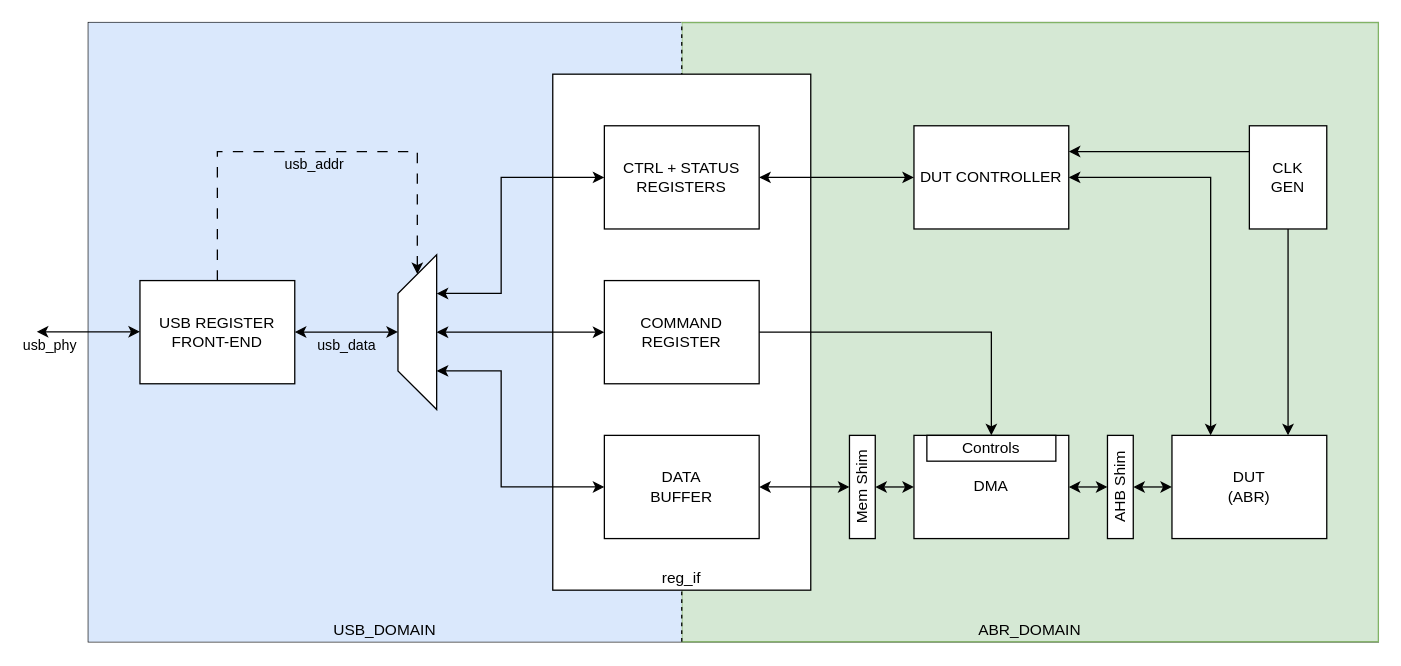
T-Szymk/abr-sim_fpga keeps this draw.io diagram as fpga/docs/abr_fpga.drawio. Above is the earlier version. Source tidied: cells renumbered, new cells numbered last; positions are measured from the earlier drawing's top-left corner, leaving out a move shared by most shapes. Both pictures are drawn from the tidied source at 129%, with x=0, y=0 at pixel (36, 22).
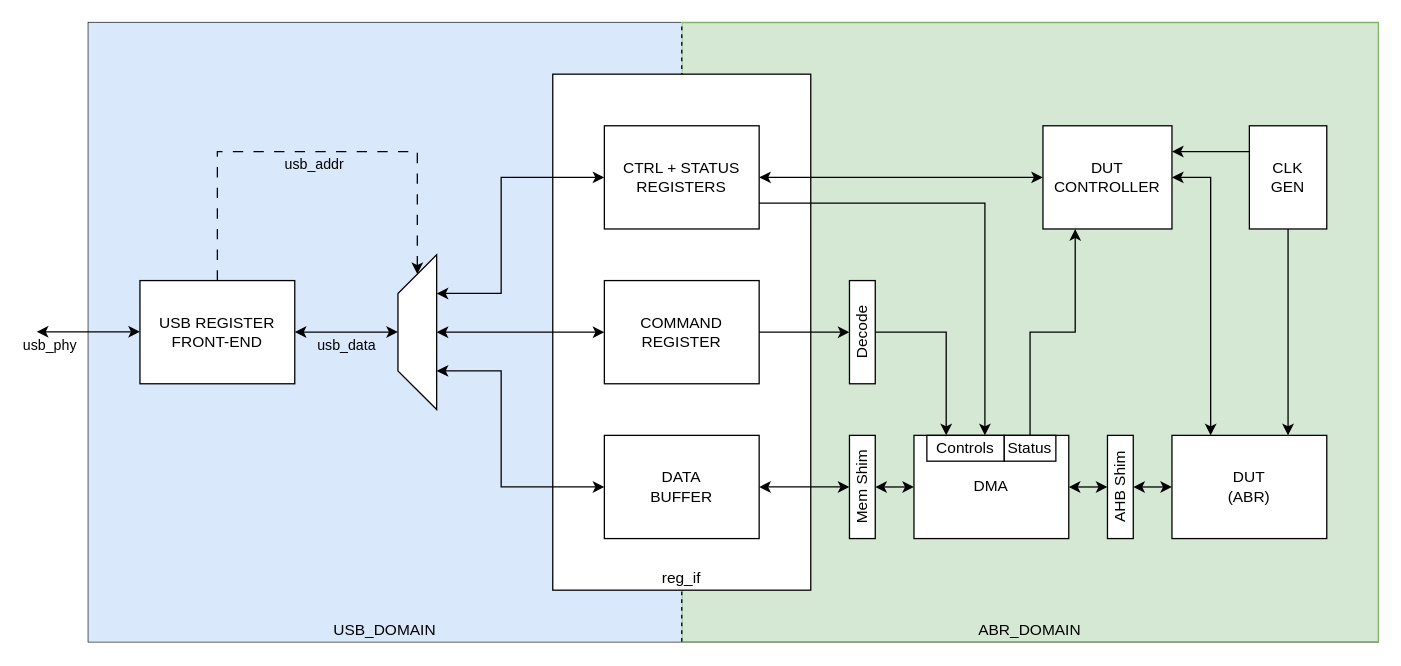
Above is the later version.

Commit message (it also covers changes not shown here):
update drawio and create basic reg_map

Unchanged cells that the change refers to:
```xml
<mxCell id="8" value="COMMAND&lt;div&gt;REGISTER&lt;/div&gt;" style="rounded=0;whiteSpace=wrap;html=1;" parent="1" vertex="1">
  <mxGeometry x="440" y="200" width="120" height="80" as="geometry" />
</mxCell>
<mxCell id="10" value="CTRL + STATUS&lt;div&gt;REGISTERS&lt;/div&gt;" style="rounded=0;whiteSpace=wrap;html=1;" parent="1" vertex="1">
  <mxGeometry x="440" y="80" width="120" height="80" as="geometry" />
</mxCell>
<mxCell id="24" value="DMA" style="rounded=0;whiteSpace=wrap;html=1;" parent="1" vertex="1">
  <mxGeometry x="680" y="320" width="120" height="80" as="geometry" />
</mxCell>
```

What changed in the source:
```diff
@@
-    <mxCell id="7" style="edgeStyle=orthogonalEdgeStyle;rounded=0;jettySize=auto;html=1;exitX=1;exitY=0.5;exitDx=0;exitDy=0;entryX=0.5;entryY=0;entryDx=0;entryDy=0;" parent="1" edge="1" source="8" target="24">
+    <mxCell id="7" style="edgeStyle=orthogonalEdgeStyle;rounded=0;jettySize=auto;html=1;exitX=1;exitY=0.5;exitDx=0;exitDy=0;entryX=0;entryY=0.5;entryDx=0;entryDy=0;" parent="1" edge="1" source="8" target="37">
       <mxGeometry relative="1" as="geometry" />
     </mxCell>
@@
+    <mxCell id="34" style="edgeStyle=orthogonalEdgeStyle;rounded=0;jettySize=auto;html=1;exitX=0.5;exitY=0;exitDx=0;exitDy=0;entryX=0.25;entryY=1;entryDx=0;entryDy=0;" parent="1" edge="1" source="38" target="22">
+      <mxGeometry relative="1" as="geometry" />
+    </mxCell>
     <mxCell id="22" value="DUT CONTROLLER" style="rounded=0;whiteSpace=wrap;html=1;" parent="1" vertex="1">
-      <mxGeometry x="680" y="80" width="120" height="80" as="geometry" />
+      <mxGeometry x="780" y="80" width="100" height="80" as="geometry" />
     </mxCell>
@@
     <mxCell id="30" value="Controls" style="rounded=0;whiteSpace=wrap;html=1;verticalAlign=middle;horizontal=1;" parent="1" vertex="1">
-      <mxGeometry x="690" y="320" width="100" height="20" as="geometry" />
+      <mxGeometry x="690" y="320" width="60" height="20" as="geometry" />
     </mxCell>
@@
+    <mxCell id="35" style="endArrow=classic;html=1;rounded=0;exitX=1;exitY=0.75;exitDx=0;exitDy=0;entryX=0.75;entryY=0;entryDx=0;entryDy=0;" parent="1" edge="1" source="10" target="30">
+      <mxGeometry relative="1" as="geometry">
+        <Array as="points">
+          <mxPoint x="650" y="140" />
+          <mxPoint x="735" y="140" />
+        </Array>
+      </mxGeometry>
+    </mxCell>
+    <mxCell id="36" style="edgeStyle=orthogonalEdgeStyle;rounded=0;jettySize=auto;html=1;exitX=1;exitY=0.5;exitDx=0;exitDy=0;entryX=0.25;entryY=0;entryDx=0;entryDy=0;" parent="1" edge="1" source="37" target="30">
+      <mxGeometry relative="1" as="geometry" />
+    </mxCell>
+    <mxCell id="37" value="Decode" style="rounded=0;whiteSpace=wrap;html=1;verticalAlign=middle;horizontal=0;" parent="1" vertex="1">
+      <mxGeometry x="630" y="200" width="20" height="80" as="geometry" />
+    </mxCell>
+    <mxCell id="38" value="Status" style="rounded=0;whiteSpace=wrap;html=1;verticalAlign=middle;horizontal=1;" parent="1" vertex="1">
+      <mxGeometry x="750" y="320" width="40" height="20" as="geometry" />
+    </mxCell>
```
